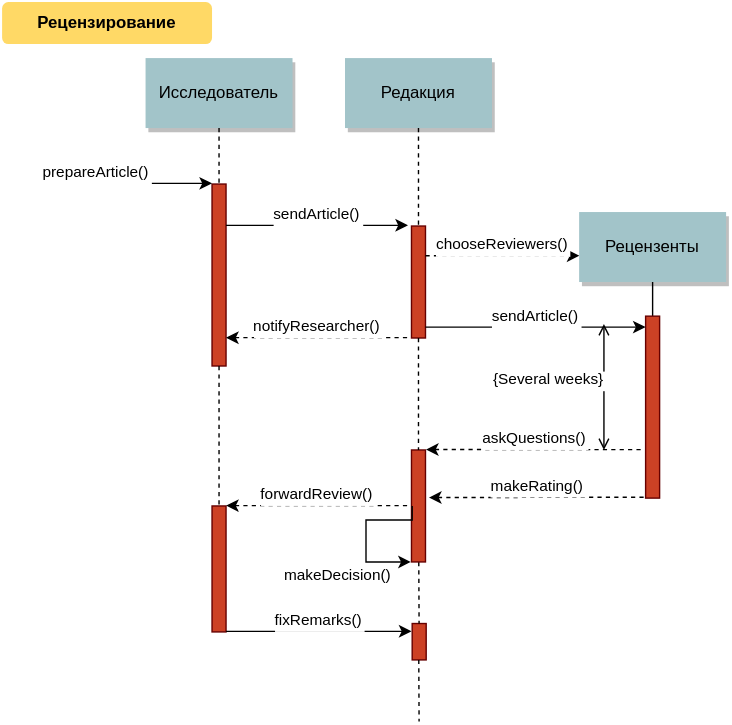
Earlier version of the draw.io export Seq2.svg (h31/SoftwareArchitecture). Source tidied: cells renumbered, new cells last; positions are measured from the earlier drawing's top-left corner, leaving out a move shared by most shapes.
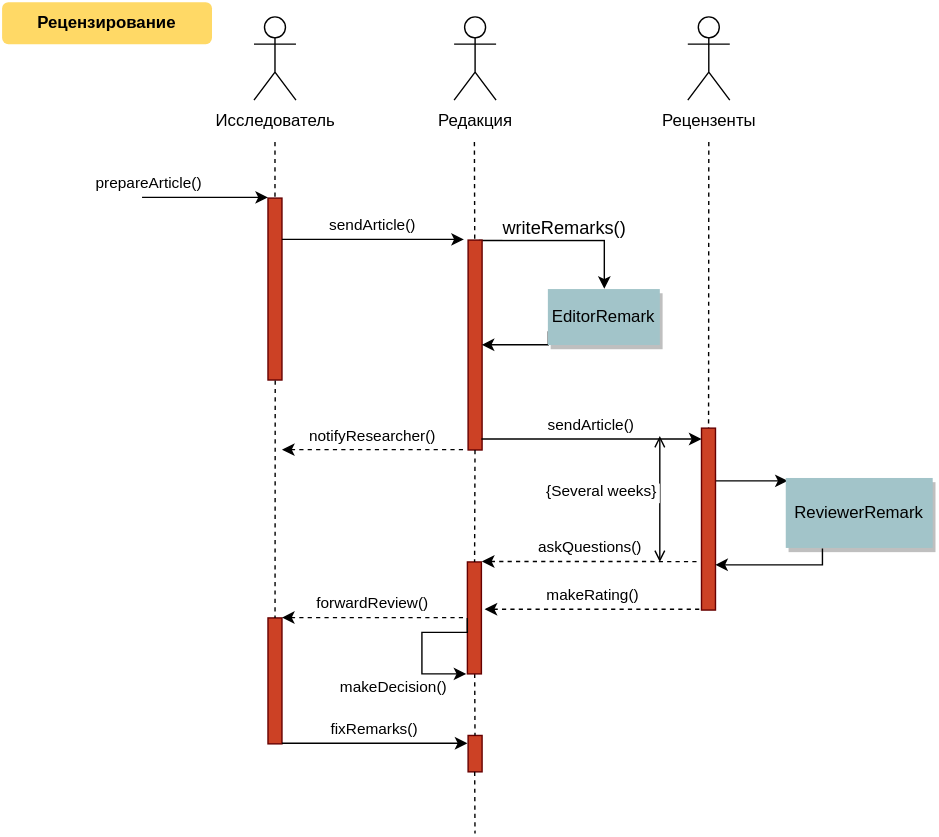
After the commit.

Commit message:
Sequential diagrams

Diff of the diagram source:
```diff
@@ -11,17 +11,20 @@
         <mxPoint x="150" y="129.5" as="targetPoint" />
       </mxGeometry>
     </mxCell>
-    <mxCell id="4" value="Исследователь" style="shadow=1;fillColor=#A2C4C9;strokeColor=none;" parent="1" vertex="1">
-      <mxGeometry x="102.5" y="40" width="105" height="50" as="geometry" />
-    </mxCell>
+    <mxCell id="30" value="writeRemarks()" style="edgeStyle=orthogonalEdgeStyle;rounded=0;html=1;exitX=0.75;exitY=0;jettySize=auto;fontSize=13;entryX=0.5;entryY=0;" parent="1" edge="1" source="5" target="33">
+      <mxGeometry x="-0.01" y="10" relative="1" as="geometry">
+        <Array as="points">
+          <mxPoint x="390" y="160" />
+        </Array>
+      </mxGeometry>
+    </mxCell>
     <mxCell id="5" style="fillColor=#CC4125;strokeColor=#660000;" parent="1" vertex="1">
-      <mxGeometry x="292.5" y="160" width="10" height="80" as="geometry" />
+      <mxGeometry x="293" y="160" width="10" height="150" as="geometry" />
     </mxCell>
-    <mxCell id="6" value="Редакция" style="shadow=1;fillColor=#A2C4C9;strokeColor=none;" parent="1" vertex="1">
-      <mxGeometry x="245" y="40" width="105" height="50" as="geometry" />
-    </mxCell>
-    <mxCell id="7" style="edgeStyle=none;endArrow=none;dashed=1;" parent="1" edge="1" source="6" target="5">
-      <mxGeometry x="272.3" y="165" as="geometry" />
+    <mxCell id="7" style="edgeStyle=none;endArrow=none;dashed=1;" parent="1" edge="1" target="5">
+      <mxGeometry x="272.3" y="165" as="geometry">
+        <mxPoint x="297.5" y="90" as="sourcePoint" />
+      </mxGeometry>
     </mxCell>
     <mxCell id="8" value="sendArticle()" style="edgeStyle=none;verticalLabelPosition=top;verticalAlign=bottom;" parent="1" edge="1">
       <mxGeometry x="220" y="92" as="geometry">
@@ -30,99 +33,135 @@
       </mxGeometry>
     </mxCell>
     <mxCell id="9" value="notifyResearcher()" style="edgeStyle=none;verticalLabelPosition=top;verticalAlign=bottom;endArrow=none;startArrow=classic;dashed=1;" parent="1" edge="1">
-      <mxGeometry x="220" y="172.3" as="geometry">
-        <mxPoint x="160" y="239.8" as="sourcePoint" />
-        <mxPoint x="290" y="239.8" as="targetPoint" />
+      <mxGeometry x="220" y="242.3" as="geometry">
+        <mxPoint x="160" y="309.8" as="sourcePoint" />
+        <mxPoint x="290" y="309.8" as="targetPoint" />
       </mxGeometry>
     </mxCell>
-    <mxCell id="10" value="chooseReviewers()" style="edgeStyle=none;verticalLabelPosition=top;verticalAlign=bottom;dashed=1;" parent="1" edge="1">
-      <mxGeometry x="385.5" y="113.9" as="geometry">
-        <mxPoint x="302.5" y="181.2" as="sourcePoint" />
-        <mxPoint x="412.5" y="181.2" as="targetPoint" />
-      </mxGeometry>
-    </mxCell>
-    <mxCell id="11" value="Рецензенты" style="shadow=1;fillColor=#A2C4C9;strokeColor=none;" parent="1" vertex="1">
-      <mxGeometry x="412.3" y="150" width="105" height="50" as="geometry" />
-    </mxCell>
-    <mxCell id="12" style="edgeStyle=none;endArrow=none;" parent="1" edge="1" source="11" target="13">
-      <mxGeometry x="437" y="270" as="geometry" />
+    <mxCell id="12" style="edgeStyle=none;endArrow=none;dashed=1;" parent="1" edge="1" target="13">
+      <mxGeometry x="437" y="270" as="geometry">
+        <mxPoint x="465" y="90" as="sourcePoint" />
+      </mxGeometry>
     </mxCell>
+    <mxCell id="31" style="edgeStyle=orthogonalEdgeStyle;rounded=0;html=1;exitX=1;exitY=0.25;entryX=0.013;entryY=0.048;entryPerimeter=0;jettySize=auto;fontSize=13;" parent="1" edge="1" source="13">
+      <mxGeometry relative="1" as="geometry">
+        <mxPoint x="521.4" y="332.4" as="targetPoint" />
+        <Array as="points">
+          <mxPoint x="470" y="332" />
+          <mxPoint x="495" y="332" />
+        </Array>
+      </mxGeometry>
+    </mxCell>
     <mxCell id="13" style="fillColor=#CC4125;strokeColor=#660000;" parent="1" vertex="1">
-      <mxGeometry x="459.8" y="224.4" width="10" height="130" as="geometry" />
+      <mxGeometry x="459.8" y="294.4" width="10" height="130" as="geometry" />
     </mxCell>
-    <mxCell id="14" value="sendArticle()" style="edgeStyle=elbowEdgeStyle;elbow=vertical;verticalLabelPosition=top;verticalAlign=bottom;" parent="1" edge="1" source="5" target="13">
-      <mxGeometry x="350" y="290" as="geometry" />
+    <mxCell id="14" value="sendArticle()" style="edgeStyle=elbowEdgeStyle;elbow=vertical;verticalLabelPosition=top;verticalAlign=bottom;" parent="1" edge="1" target="13">
+      <mxGeometry x="350" y="360" as="geometry">
+        <mxPoint x="302.5" y="302.2" as="sourcePoint" />
+      </mxGeometry>
     </mxCell>
-    <mxCell id="15" style="edgeStyle=elbowEdgeStyle;elbow=horizontal;endArrow=none;dashed=1;" parent="1" edge="1" source="4" target="2">
-      <mxGeometry x="230" y="310" as="geometry" />
+    <mxCell id="15" style="edgeStyle=elbowEdgeStyle;elbow=horizontal;endArrow=none;dashed=1;" parent="1" edge="1" target="2">
+      <mxGeometry x="230" y="310" as="geometry">
+        <mxPoint x="155" y="90" as="sourcePoint" />
+      </mxGeometry>
     </mxCell>
     <mxCell id="16" style="fillColor=#CC4125;strokeColor=#660000;" parent="1" vertex="1">
-      <mxGeometry x="150" y="360" width="10" height="90" as="geometry" />
+      <mxGeometry x="150" y="430" width="10" height="90" as="geometry" />
     </mxCell>
-    <mxCell id="17" style="edgeStyle=none;dashed=1;endArrow=none;" parent="1" edge="1" source="2" target="16">
-      <mxGeometry x="50" y="300" as="geometry" />
+    <mxCell id="17" style="edgeStyle=none;dashed=1;endArrow=none;exitX=0.5;exitY=1;" parent="1" edge="1" source="2" target="16">
+      <mxGeometry x="50" y="370" as="geometry" />
     </mxCell>
     <mxCell id="18" value="{Several weeks}" style="edgeStyle=elbowEdgeStyle;elbow=horizontal;startArrow=open;endArrow=open;labelPosition=left;align=right;" parent="1" edge="1">
-      <mxGeometry as="geometry">
-        <mxPoint x="430" y="230" as="sourcePoint" />
-        <mxPoint x="430" y="320" as="targetPoint" />
+      <mxGeometry y="70" as="geometry">
+        <mxPoint x="430" y="300" as="sourcePoint" />
+        <mxPoint x="430" y="390" as="targetPoint" />
         <mxPoint y="-5" as="offset" />
       </mxGeometry>
     </mxCell>
     <mxCell id="19" style="fillColor=#CC4125;strokeColor=#660000;" parent="1" vertex="1">
-      <mxGeometry x="293" y="444" width="10" height="26" as="geometry" />
+      <mxGeometry x="293" y="514" width="10" height="26" as="geometry" />
     </mxCell>
     <mxCell id="20" value="fixRemarks()" style="edgeStyle=elbowEdgeStyle;elbow=vertical;verticalLabelPosition=top;verticalAlign=bottom;" parent="1" edge="1">
-      <mxGeometry x="212.5" y="469.6" as="geometry">
-        <mxPoint x="160" y="449.6" as="sourcePoint" />
-        <mxPoint x="292.5" y="449.6" as="targetPoint" />
+      <mxGeometry x="212.5" y="539.6" as="geometry">
+        <mxPoint x="160" y="519.6" as="sourcePoint" />
+        <mxPoint x="292.5" y="519.6" as="targetPoint" />
       </mxGeometry>
     </mxCell>
     <mxCell id="21" style="edgeStyle=none;endArrow=none;dashed=1;" parent="1" edge="1" source="23" target="19">
-      <mxGeometry x="376.6" y="339.7" as="geometry" />
+      <mxGeometry x="376.6" y="409.7" as="geometry" />
     </mxCell>
     <mxCell id="22" value="Рецензирование" style="rounded=1;fontStyle=1;fillColor=#FFD966;strokeColor=none;" parent="1" vertex="1">
-      <mxGeometry width="150" height="30" as="geometry" />
+      <mxGeometry x="-40" y="-10" width="150" height="30" as="geometry" />
     </mxCell>
     <mxCell id="23" style="fillColor=#CC4125;strokeColor=#660000;" parent="1" vertex="1">
-      <mxGeometry x="292.5" y="320" width="10" height="80" as="geometry" />
+      <mxGeometry x="292.5" y="390" width="10" height="80" as="geometry" />
     </mxCell>
-    <mxCell id="24" style="edgeStyle=none;endArrow=none;dashed=1;" parent="1" edge="1" source="5" target="23">
-      <mxGeometry x="376.6" y="339.7" as="geometry" />
+    <mxCell id="24" style="edgeStyle=none;endArrow=none;dashed=1;exitX=0.5;exitY=1;" parent="1" edge="1" source="5" target="23">
+      <mxGeometry x="376.6" y="409.7" as="geometry" />
     </mxCell>
     <mxCell id="25" value="makeRating()" style="edgeStyle=none;verticalLabelPosition=top;verticalAlign=bottom;endArrow=none;startArrow=classic;dashed=1;exitX=1.236;exitY=0.421;exitPerimeter=0;" parent="1" edge="1" source="23">
-      <mxGeometry x="390" y="286.3" as="geometry">
-        <mxPoint x="460" y="353.8" as="targetPoint" />
+      <mxGeometry x="390" y="356.3" as="geometry">
+        <mxPoint x="460" y="423.8" as="targetPoint" />
       </mxGeometry>
     </mxCell>
     <mxCell id="26" value="askQuestions()" style="edgeStyle=none;verticalLabelPosition=top;verticalAlign=bottom;endArrow=none;startArrow=classic;dashed=1;exitX=1.236;exitY=0.421;exitPerimeter=0;" parent="1" edge="1">
-      <mxGeometry x="388" y="252.3" as="geometry">
-        <mxPoint x="302.9" y="319.7" as="sourcePoint" />
-        <mxPoint x="458" y="319.8" as="targetPoint" />
+      <mxGeometry x="388" y="322.3" as="geometry">
+        <mxPoint x="302.9" y="389.7" as="sourcePoint" />
+        <mxPoint x="458" y="389.8" as="targetPoint" />
       </mxGeometry>
     </mxCell>
     <mxCell id="27" value="makeDecision()" style="edgeStyle=orthogonalEdgeStyle;rounded=0;exitX=0;exitY=0.5;endArrow=classic;endFill=1;jettySize=auto;fontColor=#000000;" parent="1" edge="1" source="23">
       <mxGeometry x="0.39" y="-23" relative="1" as="geometry">
-        <mxPoint x="292" y="400" as="targetPoint" />
+        <mxPoint x="292" y="470" as="targetPoint" />
         <Array as="points">
-          <mxPoint x="293" y="370" />
-          <mxPoint x="260" y="370" />
-          <mxPoint x="260" y="400" />
+          <mxPoint x="293" y="440" />
+          <mxPoint x="260" y="440" />
+          <mxPoint x="260" y="470" />
         </Array>
         <mxPoint x="-20" y="-13" as="offset" />
       </mxGeometry>
     </mxCell>
     <mxCell id="28" value="forwardReview()" style="edgeStyle=none;verticalLabelPosition=top;verticalAlign=bottom;endArrow=none;startArrow=classic;dashed=1;" parent="1" edge="1">
-      <mxGeometry x="220" y="292.3" as="geometry">
-        <mxPoint x="160" y="359.8" as="sourcePoint" />
-        <mxPoint x="290" y="359.8" as="targetPoint" />
+      <mxGeometry x="220" y="362.3" as="geometry">
+        <mxPoint x="160" y="429.8" as="sourcePoint" />
+        <mxPoint x="290" y="429.8" as="targetPoint" />
       </mxGeometry>
     </mxCell>
     <mxCell id="29" style="edgeStyle=none;endArrow=none;dashed=1;" parent="1" edge="1">
-      <mxGeometry x="376.6" y="409.7" as="geometry">
-        <mxPoint x="297.7" y="470" as="sourcePoint" />
-        <mxPoint x="297.9" y="514" as="targetPoint" />
+      <mxGeometry x="376.6" y="479.7" as="geometry">
+        <mxPoint x="297.7" y="540" as="sourcePoint" />
+        <mxPoint x="297.9" y="584" as="targetPoint" />
       </mxGeometry>
     </mxCell>
+    <mxCell id="4" value="&lt;span&gt;Исследователь&lt;/span&gt;" style="shape=umlActor;verticalLabelPosition=bottom;labelBackgroundColor=#ffffff;verticalAlign=top;html=1;" parent="1" vertex="1">
+      <mxGeometry x="140" width="30" height="60" as="geometry" />
+    </mxCell>
+    <mxCell id="6" value="&lt;span&gt;Редакция&lt;/span&gt;" style="shape=umlActor;verticalLabelPosition=bottom;labelBackgroundColor=#ffffff;verticalAlign=top;html=1;" parent="1" vertex="1">
+      <mxGeometry x="283" width="30" height="60" as="geometry" />
+    </mxCell>
+    <mxCell id="11" value="&lt;span&gt;Рецензенты&lt;/span&gt;" style="shape=umlActor;verticalLabelPosition=bottom;labelBackgroundColor=#ffffff;verticalAlign=top;html=1;" parent="1" vertex="1">
+      <mxGeometry x="450" width="30" height="60" as="geometry" />
+    </mxCell>
+    <mxCell id="32" style="edgeStyle=orthogonalEdgeStyle;rounded=0;html=1;exitX=0;exitY=0.75;entryX=1;entryY=0.5;jettySize=auto;fontSize=13;" parent="1" edge="1" source="33" target="5">
+      <mxGeometry relative="1" as="geometry">
+        <Array as="points">
+          <mxPoint x="350" y="235" />
+        </Array>
+      </mxGeometry>
+    </mxCell>
+    <mxCell id="33" value="EditorRemark" style="shadow=1;fillColor=#A2C4C9;strokeColor=none;" parent="1" vertex="1">
+      <mxGeometry x="350" y="195" width="80" height="40" as="geometry" />
+    </mxCell>
+    <mxCell id="34" style="edgeStyle=orthogonalEdgeStyle;rounded=0;html=1;exitX=0.25;exitY=1;entryX=1;entryY=0.75;jettySize=auto;fontSize=13;" parent="1" edge="1" target="13">
+      <mxGeometry relative="1" as="geometry">
+        <mxPoint x="546.2" y="380" as="sourcePoint" />
+        <Array as="points">
+          <mxPoint x="546" y="392" />
+        </Array>
+      </mxGeometry>
+    </mxCell>
+    <mxCell id="35" value="ReviewerRemark" style="shadow=1;fillColor=#A2C4C9;strokeColor=none;" parent="1" vertex="1">
+      <mxGeometry x="520" y="330" width="105" height="50" as="geometry" />
+    </mxCell>
   </root>
 </mxGraphModel>
```
